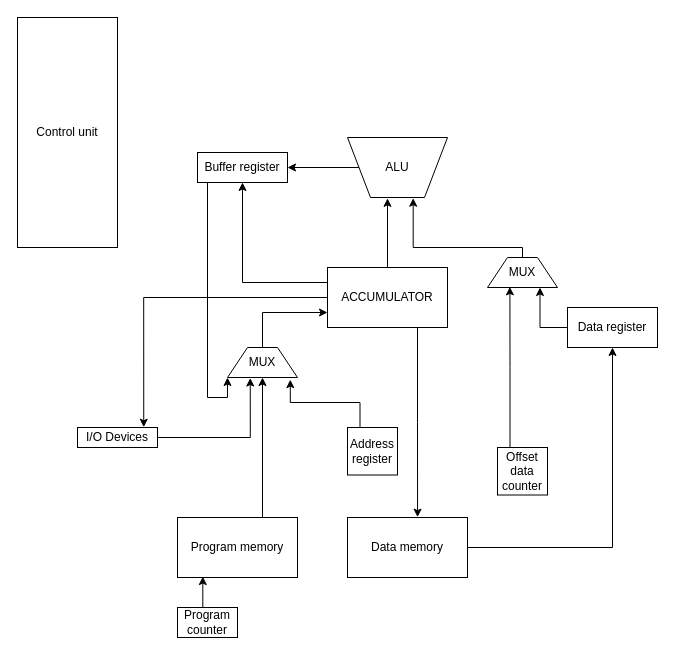
Before: DataPathModel.drawio in lubitelkvokk/csa_lab3, a draw.io diagram. Source tidied: cells renumbered, new cells numbered last; positions are measured from the earlier drawing's top-left corner, leaving out a move shared by most shapes. Both pictures are drawn from the tidied source at 100%, with x=0, y=0 at pixel (17, 17).
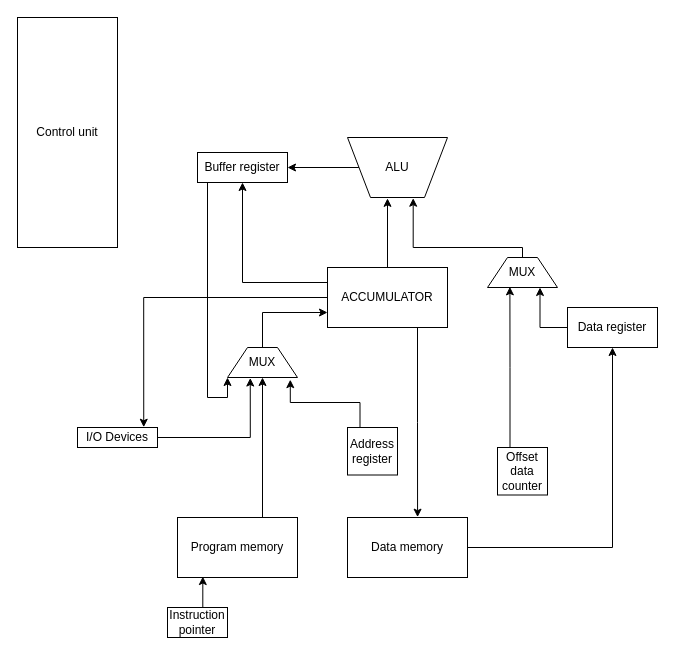
The same diagram, later.

Diff of the diagram source:
```diff
@@
-    <mxCell id="4" value="Program counter" style="rounded=0;whiteSpace=wrap;html=1;" parent="1" vertex="1">
-      <mxGeometry x="160" y="590" width="60" height="30" as="geometry" />
+    <mxCell id="4" value="Instruction pointer" style="rounded=0;whiteSpace=wrap;html=1;" parent="1" vertex="1">
+      <mxGeometry x="150" y="590" width="60" height="30" as="geometry" />
     </mxCell>
```
